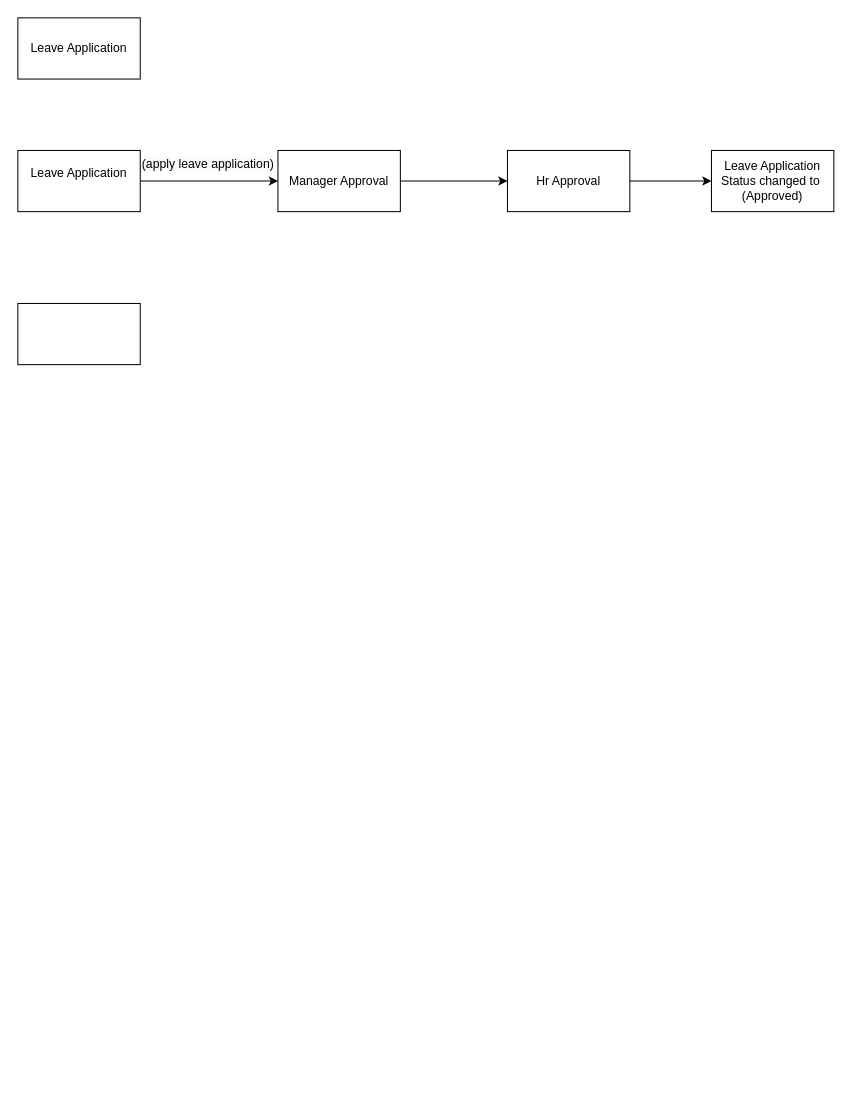
Before: Hr Flow.drawio in Kd-ctrl/Hr-Flow, a draw.io diagram. Source tidied: cells renumbered, new cells numbered last; positions are measured from the earlier drawing's top-left corner, leaving out a move shared by most shapes. Both pictures are drawn from the tidied source at 102%, with x=0, y=0 at pixel (17, 17).
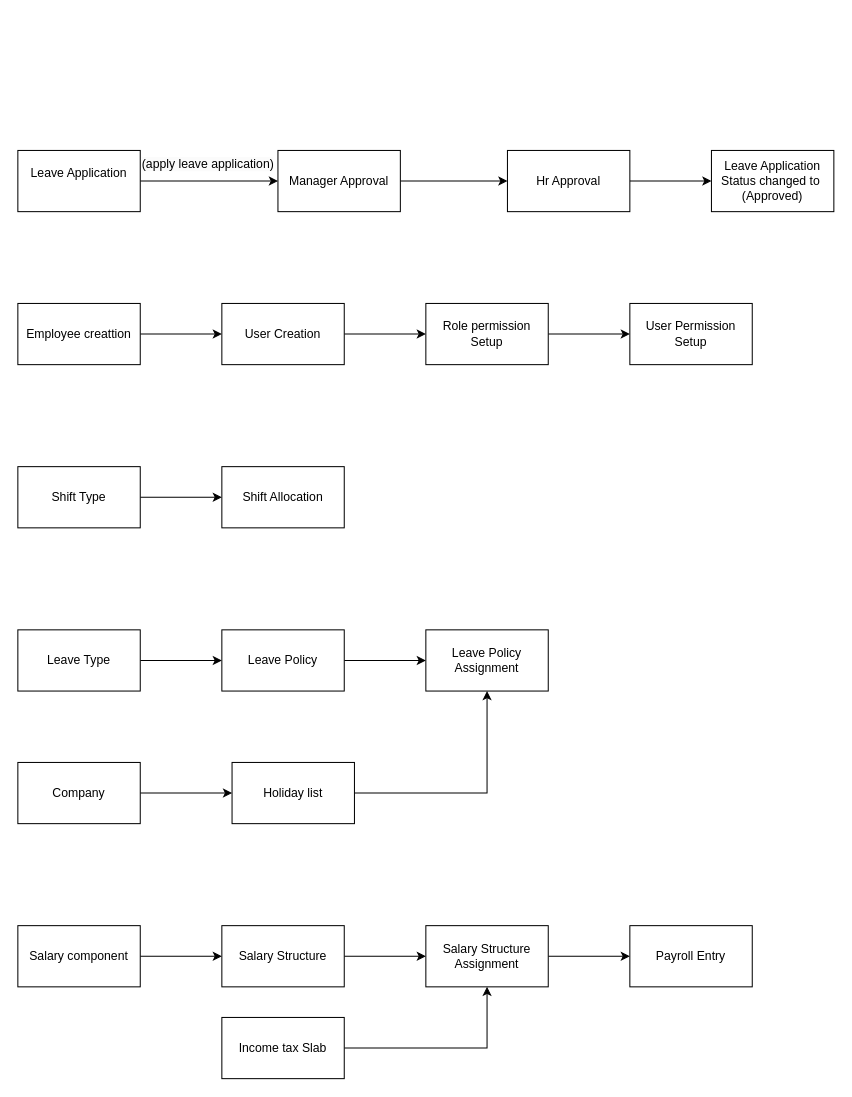
After the change.

What changed in the source:
```diff
@@
-    <mxCell id="2" value="Leave Application" style="rounded=0;whiteSpace=wrap;html=1;" parent="1" vertex="1">
-      <mxGeometry width="120" height="60" as="geometry" />
-    </mxCell>
@@
+    <mxCell id="12" style="edgeStyle=orthogonalEdgeStyle;rounded=0;jettySize=auto;html=1;" parent="1" edge="1" source="11" target="14">
+      <mxGeometry relative="1" as="geometry" />
+    </mxCell>
-    <mxCell id="11" style="rounded=0;whiteSpace=wrap;html=1;" parent="1" vertex="1">
+    <mxCell id="11" value="Employee creattion" style="rounded=0;whiteSpace=wrap;html=1;" parent="1" vertex="1">
       <mxGeometry y="280" width="120" height="60" as="geometry" />
     </mxCell>
+    <mxCell id="13" style="edgeStyle=orthogonalEdgeStyle;rounded=0;jettySize=auto;html=1;" parent="1" edge="1" source="14" target="16">
+      <mxGeometry relative="1" as="geometry" />
+    </mxCell>
+    <mxCell id="14" value="User Creation" style="whiteSpace=wrap;html=1;rounded=0;" parent="1" vertex="1">
+      <mxGeometry x="200" y="280" width="120" height="60" as="geometry" />
+    </mxCell>
+    <mxCell id="15" style="edgeStyle=orthogonalEdgeStyle;rounded=0;jettySize=auto;html=1;" parent="1" edge="1" source="16" target="17">
+      <mxGeometry relative="1" as="geometry" />
+    </mxCell>
+    <mxCell id="16" value="Role permission Setup" style="whiteSpace=wrap;html=1;rounded=0;" parent="1" vertex="1">
+      <mxGeometry x="400" y="280" width="120" height="60" as="geometry" />
+    </mxCell>
+    <mxCell id="17" value="User Permission Setup" style="whiteSpace=wrap;html=1;rounded=0;" parent="1" vertex="1">
+      <mxGeometry x="600" y="280" width="120" height="60" as="geometry" />
+    </mxCell>
+    <mxCell id="18" style="edgeStyle=orthogonalEdgeStyle;rounded=0;jettySize=auto;html=1;" parent="1" edge="1" source="19" target="20">
+      <mxGeometry relative="1" as="geometry" />
+    </mxCell>
+    <mxCell id="19" value="Shift Type" style="rounded=0;whiteSpace=wrap;html=1;" parent="1" vertex="1">
+      <mxGeometry y="440" width="120" height="60" as="geometry" />
+    </mxCell>
+    <mxCell id="20" value="Shift Allocation" style="whiteSpace=wrap;html=1;rounded=0;" parent="1" vertex="1">
+      <mxGeometry x="200" y="440" width="120" height="60" as="geometry" />
+    </mxCell>
+    <mxCell id="21" style="edgeStyle=orthogonalEdgeStyle;rounded=0;jettySize=auto;html=1;" parent="1" edge="1" source="22" target="24">
+      <mxGeometry relative="1" as="geometry" />
+    </mxCell>
+    <mxCell id="22" value="Leave Type" style="rounded=0;whiteSpace=wrap;html=1;" parent="1" vertex="1">
+      <mxGeometry y="600" width="120" height="60" as="geometry" />
+    </mxCell>
+    <mxCell id="23" style="edgeStyle=orthogonalEdgeStyle;rounded=0;jettySize=auto;html=1;" parent="1" edge="1" source="24" target="25">
+      <mxGeometry relative="1" as="geometry" />
+    </mxCell>
+    <mxCell id="24" value="Leave Policy" style="whiteSpace=wrap;html=1;rounded=0;" parent="1" vertex="1">
+      <mxGeometry x="200" y="600" width="120" height="60" as="geometry" />
+    </mxCell>
+    <mxCell id="25" value="Leave Policy Assignment" style="whiteSpace=wrap;html=1;rounded=0;" parent="1" vertex="1">
+      <mxGeometry x="400" y="600" width="120" height="60" as="geometry" />
+    </mxCell>
+    <mxCell id="26" style="edgeStyle=orthogonalEdgeStyle;rounded=0;jettySize=auto;html=1;entryX=0.5;entryY=1;entryDx=0;entryDy=0;" parent="1" edge="1" source="27" target="25">
+      <mxGeometry relative="1" as="geometry" />
+    </mxCell>
+    <mxCell id="27" value="Holiday list" style="rounded=0;whiteSpace=wrap;html=1;" parent="1" vertex="1">
+      <mxGeometry x="210" y="730" width="120" height="60" as="geometry" />
+    </mxCell>
+    <mxCell id="28" style="edgeStyle=orthogonalEdgeStyle;rounded=0;jettySize=auto;html=1;entryX=0;entryY=0.5;entryDx=0;entryDy=0;" parent="1" edge="1" source="29" target="27">
+      <mxGeometry relative="1" as="geometry" />
+    </mxCell>
+    <mxCell id="29" value="Company" style="rounded=0;whiteSpace=wrap;html=1;" parent="1" vertex="1">
+      <mxGeometry y="730" width="120" height="60" as="geometry" />
+    </mxCell>
+    <mxCell id="30" style="edgeStyle=orthogonalEdgeStyle;rounded=0;jettySize=auto;html=1;" parent="1" edge="1" source="31" target="33">
+      <mxGeometry relative="1" as="geometry" />
+    </mxCell>
+    <mxCell id="31" value="Salary component" style="rounded=0;whiteSpace=wrap;html=1;" parent="1" vertex="1">
+      <mxGeometry y="890" width="120" height="60" as="geometry" />
+    </mxCell>
+    <mxCell id="32" style="edgeStyle=orthogonalEdgeStyle;rounded=0;jettySize=auto;html=1;" parent="1" edge="1" source="33" target="35">
+      <mxGeometry relative="1" as="geometry" />
+    </mxCell>
+    <mxCell id="33" value="Salary Structure" style="whiteSpace=wrap;html=1;rounded=0;" parent="1" vertex="1">
+      <mxGeometry x="200" y="890" width="120" height="60" as="geometry" />
+    </mxCell>
+    <mxCell id="34" style="edgeStyle=orthogonalEdgeStyle;rounded=0;jettySize=auto;html=1;" parent="1" edge="1" source="35" target="36">
+      <mxGeometry relative="1" as="geometry" />
+    </mxCell>
+    <mxCell id="35" value="Salary Structure Assignment" style="whiteSpace=wrap;html=1;rounded=0;" parent="1" vertex="1">
+      <mxGeometry x="400" y="890" width="120" height="60" as="geometry" />
+    </mxCell>
+    <mxCell id="36" value="Payroll Entry" style="whiteSpace=wrap;html=1;rounded=0;" parent="1" vertex="1">
+      <mxGeometry x="600" y="890" width="120" height="60" as="geometry" />
+    </mxCell>
+    <mxCell id="37" style="edgeStyle=orthogonalEdgeStyle;rounded=0;jettySize=auto;html=1;entryX=0.5;entryY=1;entryDx=0;entryDy=0;" parent="1" edge="1" source="38" target="35">
+      <mxGeometry relative="1" as="geometry" />
+    </mxCell>
+    <mxCell id="38" value="Income tax Slab" style="rounded=0;whiteSpace=wrap;html=1;" parent="1" vertex="1">
+      <mxGeometry x="200" y="980" width="120" height="60" as="geometry" />
+    </mxCell>
```
